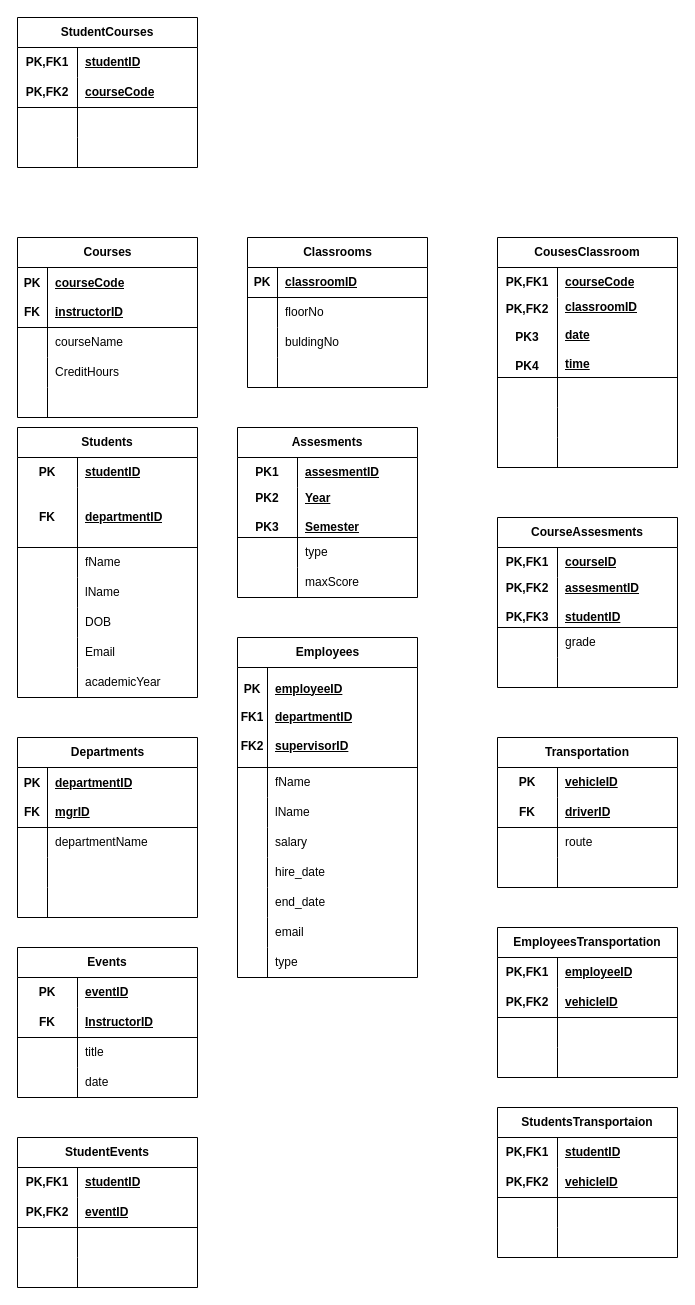
seiffmohamedd/University_DBMS keeps this draw.io diagram as FacultyMapping.drawio. Above is the earlier version. Source tidied: cells renumbered, new cells numbered last; positions are measured from the earlier drawing's top-left corner, leaving out a move shared by most shapes. Both pictures are drawn from the tidied source at 100%, with x=0, y=0 at pixel (17, 17).
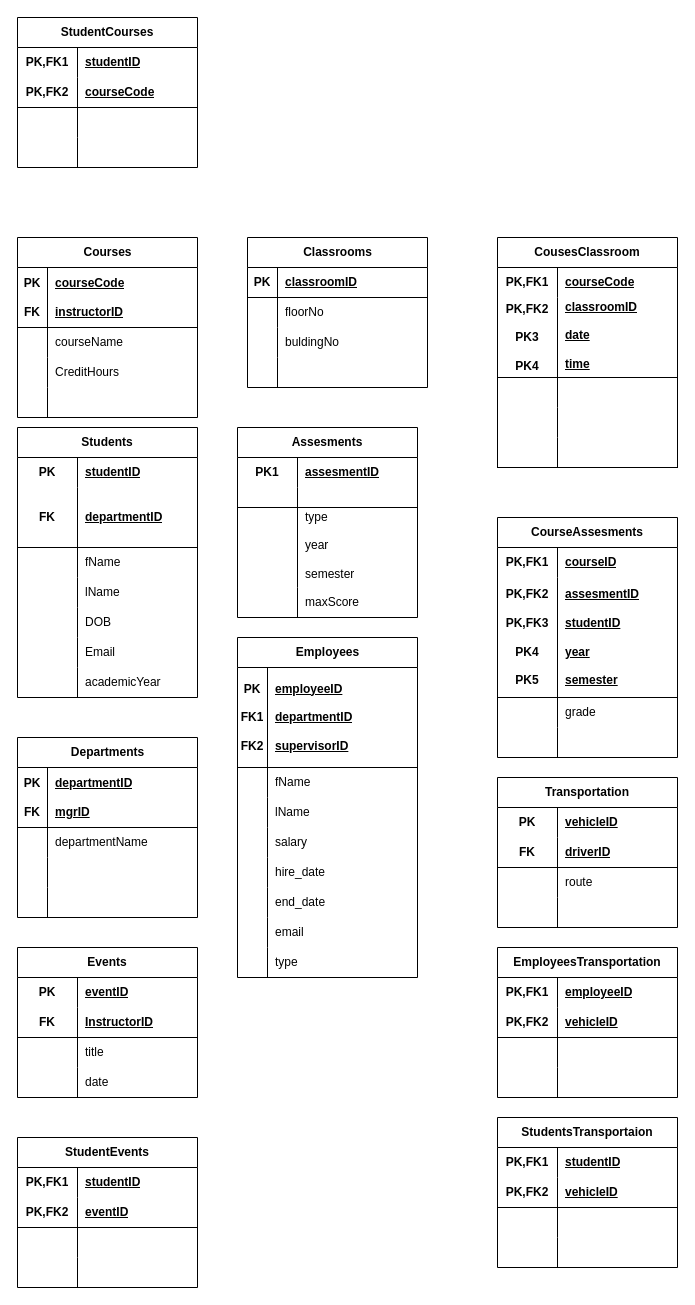
The same diagram, later.

The edit, as a diff of the source:
```diff
@@
     <mxCell id="79" value="Assesments" style="shape=table;startSize=30;childLayout=tableLayout;rowLines=0;fontStyle=1;align=center;html=1;whiteSpace=wrap;" parent="1" vertex="1">
-      <mxGeometry x="220" y="410" width="180" height="170" as="geometry" />
+      <mxGeometry x="220" y="410" width="180" height="190" as="geometry" />
     </mxCell>
@@
     <mxCell id="83" style="shape=tableRow;horizontal=0;startSize=0;swimlaneHead=0;swimlaneBody=0;fillColor=none;top=0;left=0;right=0;bottom=1;html=1;" parent="79" vertex="1">
-      <mxGeometry y="60" width="180" height="50" as="geometry" />
+      <mxGeometry y="60" width="180" height="20" as="geometry" />
     </mxCell>
-    <mxCell id="84" value="PK2&lt;div&gt;&lt;br&gt;&lt;/div&gt;&lt;div&gt;PK3&lt;/div&gt;" style="shape=partialRectangle;fillColor=none;top=0;left=0;bottom=0;right=0;fontStyle=1;overflow=hidden;html=1;whiteSpace=wrap;" parent="83" vertex="1">
-      <mxGeometry width="60" height="50" as="geometry" />
+    <mxCell id="84" style="shape=partialRectangle;fillColor=none;top=0;left=0;bottom=0;right=0;fontStyle=1;overflow=hidden;html=1;whiteSpace=wrap;" parent="83" vertex="1">
+      <mxGeometry width="60" height="20" as="geometry" />
     </mxCell>
-    <mxCell id="85" value="Year&lt;div&gt;&lt;br&gt;&lt;/div&gt;&lt;div&gt;Semester&lt;/div&gt;" style="shape=partialRectangle;fillColor=none;top=0;left=0;bottom=0;right=0;align=left;spacingLeft=6;fontStyle=5;overflow=hidden;html=1;whiteSpace=wrap;" parent="83" vertex="1">
-      <mxGeometry x="60" width="120" height="50" as="geometry" />
+    <mxCell id="85" style="shape=partialRectangle;fillColor=none;top=0;left=0;bottom=0;right=0;align=left;spacingLeft=6;fontStyle=5;overflow=hidden;html=1;whiteSpace=wrap;" parent="83" vertex="1">
+      <mxGeometry x="60" width="120" height="20" as="geometry" />
     </mxCell>
     <mxCell id="86" style="shape=tableRow;horizontal=0;startSize=0;swimlaneHead=0;swimlaneBody=0;fillColor=none;top=0;left=0;right=0;bottom=0;html=1;" parent="79" vertex="1">
-      <mxGeometry y="110" width="180" height="30" as="geometry" />
+      <mxGeometry y="80" width="180" height="80" as="geometry" />
     </mxCell>
     <mxCell id="87" style="shape=partialRectangle;fillColor=none;top=0;left=0;bottom=0;right=0;overflow=hidden;html=1;whiteSpace=wrap;" parent="86" vertex="1">
-      <mxGeometry width="60" height="30" as="geometry" />
+      <mxGeometry width="60" height="80" as="geometry" />
     </mxCell>
-    <mxCell id="88" value="type" style="shape=partialRectangle;fillColor=none;top=0;left=0;bottom=0;right=0;align=left;spacingLeft=6;overflow=hidden;html=1;whiteSpace=wrap;" parent="86" vertex="1">
-      <mxGeometry x="60" width="120" height="30" as="geometry" />
+    <mxCell id="88" value="type&lt;div&gt;&lt;br&gt;&lt;/div&gt;&lt;div&gt;year&lt;/div&gt;&lt;div&gt;&lt;br&gt;&lt;/div&gt;&lt;div&gt;semester&lt;/div&gt;&lt;div&gt;&lt;br&gt;&lt;/div&gt;" style="shape=partialRectangle;fillColor=none;top=0;left=0;bottom=0;right=0;align=left;spacingLeft=6;overflow=hidden;html=1;whiteSpace=wrap;" parent="86" vertex="1">
+      <mxGeometry x="60" width="120" height="80" as="geometry" />
     </mxCell>
     <mxCell id="89" style="shape=tableRow;horizontal=0;startSize=0;swimlaneHead=0;swimlaneBody=0;fillColor=none;top=0;left=0;right=0;bottom=0;html=1;" parent="79" vertex="1">
-      <mxGeometry y="140" width="180" height="30" as="geometry" />
+      <mxGeometry y="160" width="180" height="30" as="geometry" />
     </mxCell>
@@
     <mxCell id="92" value="CourseAssesments" style="shape=table;startSize=30;childLayout=tableLayout;rowLines=0;fontStyle=1;align=center;html=1;whiteSpace=wrap;" parent="1" vertex="1">
-      <mxGeometry x="480" y="500" width="180" height="170" as="geometry" />
+      <mxGeometry x="480" y="500" width="180" height="240" as="geometry" />
     </mxCell>
@@
     <mxCell id="96" style="shape=tableRow;horizontal=0;startSize=0;swimlaneHead=0;swimlaneBody=0;fillColor=none;top=0;left=0;right=0;bottom=1;html=1;" parent="92" vertex="1">
-      <mxGeometry y="60" width="180" height="50" as="geometry" />
+      <mxGeometry y="60" width="180" height="120" as="geometry" />
     </mxCell>
-    <mxCell id="97" value="PK,FK2&lt;div&gt;&lt;br&gt;&lt;/div&gt;&lt;div&gt;PK,FK3&lt;/div&gt;" style="shape=partialRectangle;fillColor=none;top=0;left=0;bottom=0;right=0;fontStyle=1;overflow=hidden;html=1;whiteSpace=wrap;" parent="96" vertex="1">
-      <mxGeometry width="60" height="50" as="geometry" />
+    <mxCell id="97" value="PK,FK2&lt;div&gt;&lt;br&gt;&lt;/div&gt;&lt;div&gt;PK,FK3&lt;/div&gt;&lt;div&gt;&lt;br&gt;&lt;/div&gt;&lt;div&gt;PK4&lt;/div&gt;&lt;div&gt;&lt;br&gt;&lt;/div&gt;&lt;div&gt;PK5&lt;/div&gt;" style="shape=partialRectangle;fillColor=none;top=0;left=0;bottom=0;right=0;fontStyle=1;overflow=hidden;html=1;whiteSpace=wrap;" parent="96" vertex="1">
+      <mxGeometry width="60" height="120" as="geometry" />
     </mxCell>
-    <mxCell id="98" value="assesmentID&lt;div&gt;&lt;br&gt;&lt;/div&gt;&lt;div&gt;studentID&lt;/div&gt;" style="shape=partialRectangle;fillColor=none;top=0;left=0;bottom=0;right=0;align=left;spacingLeft=6;fontStyle=5;overflow=hidden;html=1;whiteSpace=wrap;" parent="96" vertex="1">
-      <mxGeometry x="60" width="120" height="50" as="geometry" />
+    <mxCell id="98" value="assesmentID&lt;div&gt;&lt;br&gt;&lt;/div&gt;&lt;div&gt;studentID&lt;/div&gt;&lt;div&gt;&lt;br&gt;&lt;/div&gt;&lt;div&gt;year&lt;/div&gt;&lt;div&gt;&lt;br&gt;&lt;/div&gt;&lt;div&gt;semester&lt;/div&gt;" style="shape=partialRectangle;fillColor=none;top=0;left=0;bottom=0;right=0;align=left;spacingLeft=6;fontStyle=5;overflow=hidden;html=1;whiteSpace=wrap;" parent="96" vertex="1">
+      <mxGeometry x="60" width="120" height="120" as="geometry" />
     </mxCell>
     <mxCell id="99" style="shape=tableRow;horizontal=0;startSize=0;swimlaneHead=0;swimlaneBody=0;fillColor=none;top=0;left=0;right=0;bottom=0;html=1;" parent="92" vertex="1">
-      <mxGeometry y="110" width="180" height="30" as="geometry" />
+      <mxGeometry y="180" width="180" height="30" as="geometry" />
     </mxCell>
@@
     <mxCell id="102" style="shape=tableRow;horizontal=0;startSize=0;swimlaneHead=0;swimlaneBody=0;fillColor=none;top=0;left=0;right=0;bottom=0;html=1;" parent="92" vertex="1">
-      <mxGeometry y="140" width="180" height="30" as="geometry" />
+      <mxGeometry y="210" width="180" height="30" as="geometry" />
     </mxCell>
@@
     <mxCell id="143" value="Transportation" style="shape=table;startSize=30;childLayout=tableLayout;rowLines=0;fontStyle=1;align=center;html=1;whiteSpace=wrap;" parent="1" vertex="1">
-      <mxGeometry x="480" y="720" width="180" height="150" as="geometry" />
+      <mxGeometry x="480" y="760" width="180" height="150" as="geometry" />
     </mxCell>
@@
     <mxCell id="156" value="EmployeesTransportation" style="shape=table;startSize=30;childLayout=tableLayout;rowLines=0;fontStyle=1;align=center;html=1;whiteSpace=wrap;" parent="1" vertex="1">
-      <mxGeometry x="480" y="910" width="180" height="150" as="geometry" />
+      <mxGeometry x="480" y="930" width="180" height="150" as="geometry" />
     </mxCell>
@@
     <mxCell id="169" value="StudentsTransportaion" style="shape=table;startSize=30;childLayout=tableLayout;rowLines=0;fontStyle=1;align=center;html=1;whiteSpace=wrap;" parent="1" vertex="1">
-      <mxGeometry x="480" y="1090" width="180" height="150" as="geometry" />
+      <mxGeometry x="480" y="1100" width="180" height="150" as="geometry" />
     </mxCell>
```
